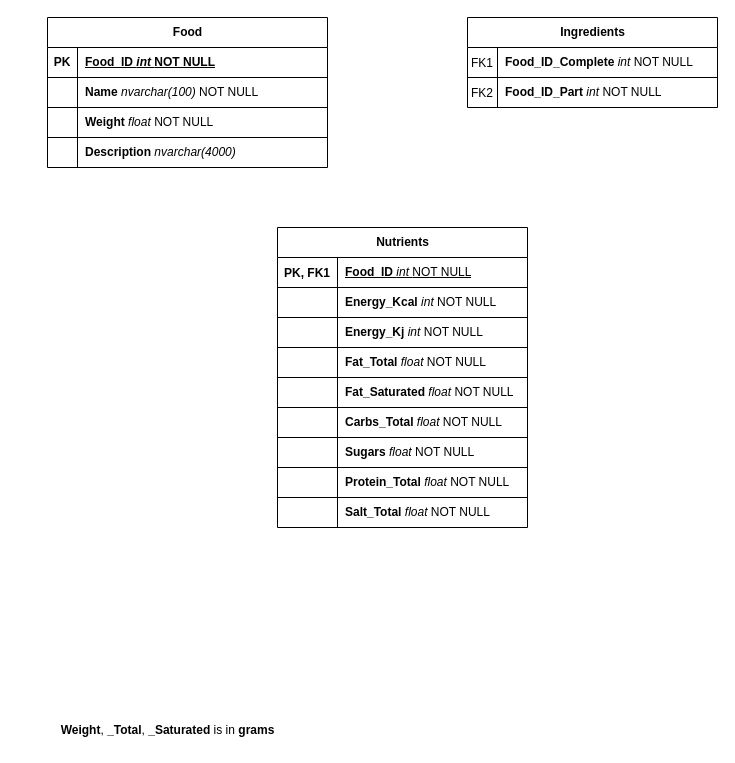
Earlier version of the draw.io diagram docs/Database/Database Food.drawio (dod0lp/Food-Database). Source tidied: cells renumbered, new cells numbered last; positions are measured from the earlier drawing's top-left corner, leaving out a move shared by most shapes. Both pictures are drawn from the tidied source at 100%, with x=0, y=0 at pixel (47, 17).
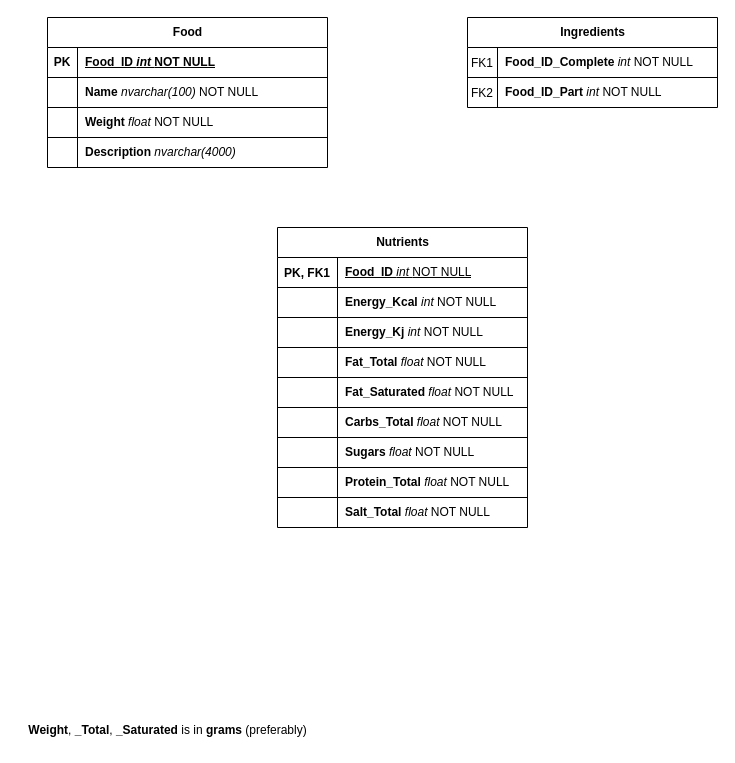
The same page after the edit.

Commit message (it also covers changes not shown here):
Added async function to read from database, fixed typos

The edit, as a diff of the source:
```diff
@@
-    <mxCell id="51" value="&lt;b&gt;Weight&lt;/b&gt;, &lt;b&gt;_Total&lt;/b&gt;, &lt;b&gt;_Saturated &lt;/b&gt;is in &lt;b&gt;grams&lt;/b&gt;" style="text;html=1;align=center;verticalAlign=middle;strokeColor=none;fillColor=none;" parent="1" vertex="1">
-      <mxGeometry y="698" width="240" height="30" as="geometry" />
+    <mxCell id="51" value="&lt;b&gt;Weight&lt;/b&gt;, &lt;b&gt;_Total&lt;/b&gt;, &lt;b&gt;_Saturated &lt;/b&gt;is in &lt;b&gt;grams &lt;/b&gt;(preferably)" style="text;html=1;align=center;verticalAlign=middle;strokeColor=none;fillColor=none;" parent="1" vertex="1">
+      <mxGeometry x="-30" y="698" width="300" height="30" as="geometry" />
     </mxCell>
```
